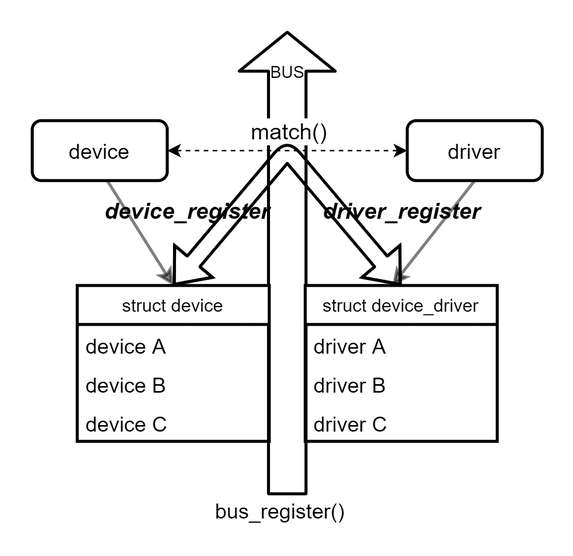
Above: img/device_driver.png in 413675377/kernel.org (draw.io), before the change. Source tidied: cells renumbered, new cells last; positions are measured from the earlier drawing's top-left corner, leaving out a move shared by most shapes.
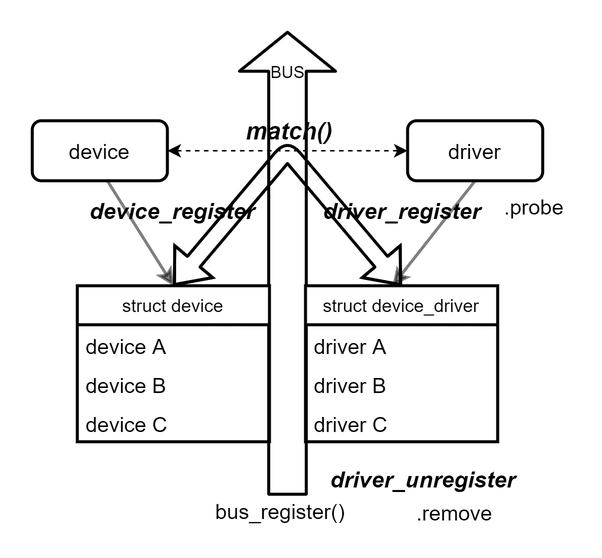
The same file after the commit.

The edit, as a diff of the source:
```diff
@@ -17,7 +17,7 @@
     <mxCell id="5" value="BUS" style="edgeLabel;html=1;align=center;verticalAlign=middle;" parent="4" vertex="1">
       <mxGeometry x="0.83" y="1" relative="1" as="geometry" />
     </mxCell>
-    <mxCell id="6" value="match()" style="edgeLabel;html=1;align=center;verticalAlign=middle;fontSize=15;" parent="4" vertex="1">
+    <mxCell id="6" value="match()" style="edgeLabel;html=1;align=center;verticalAlign=middle;fontSize=16;fontStyle=3;labelBackgroundColor=none;" parent="4" vertex="1">
       <mxGeometry x="0.55" relative="1" as="geometry">
         <mxPoint y="-4" as="offset" />
       </mxGeometry>
@@ -63,7 +63,7 @@
       <mxGeometry x="186" y="110" width="120" height="20" as="geometry" />
     </mxCell>
     <mxCell id="19" value="device_register" style="text;html=1;align=center;verticalAlign=middle;strokeColor=none;fontStyle=3;fontSize=15;" parent="1" vertex="1">
-      <mxGeometry x="38" y="110" width="130" height="20" as="geometry" />
+      <mxGeometry x="28" y="110" width="130" height="20" as="geometry" />
     </mxCell>
     <mxCell id="20" style="endArrow=classic;html=1;shadow=0;strokeWidth=2;exitX=0.5;exitY=1;exitDx=0;exitDy=0;opacity=50;" parent="1" edge="1" source="3">
       <mxGeometry relative="1" as="geometry">
@@ -75,5 +75,14 @@
         <mxPoint x="50" y="100" as="sourcePoint" />
       </mxGeometry>
     </mxCell>
+    <mxCell id="22" value=".probe" style="text;html=1;align=center;verticalAlign=middle;strokeColor=none;" parent="1" vertex="1">
+      <mxGeometry x="309" y="106" width="50" height="21" as="geometry" />
+    </mxCell>
+    <mxCell id="23" value=".remove" style="text;html=1;align=center;verticalAlign=middle;strokeColor=none;" parent="1" vertex="1">
+      <mxGeometry x="250" y="310" width="61" height="21" as="geometry" />
+    </mxCell>
+    <mxCell id="24" value="driver_unregister" style="text;html=1;align=center;verticalAlign=middle;strokeColor=none;fontStyle=3;fontSize=15;" parent="1" vertex="1">
+      <mxGeometry x="193" y="288" width="133" height="22" as="geometry" />
+    </mxCell>
   </root>
 </mxGraphModel>
```
